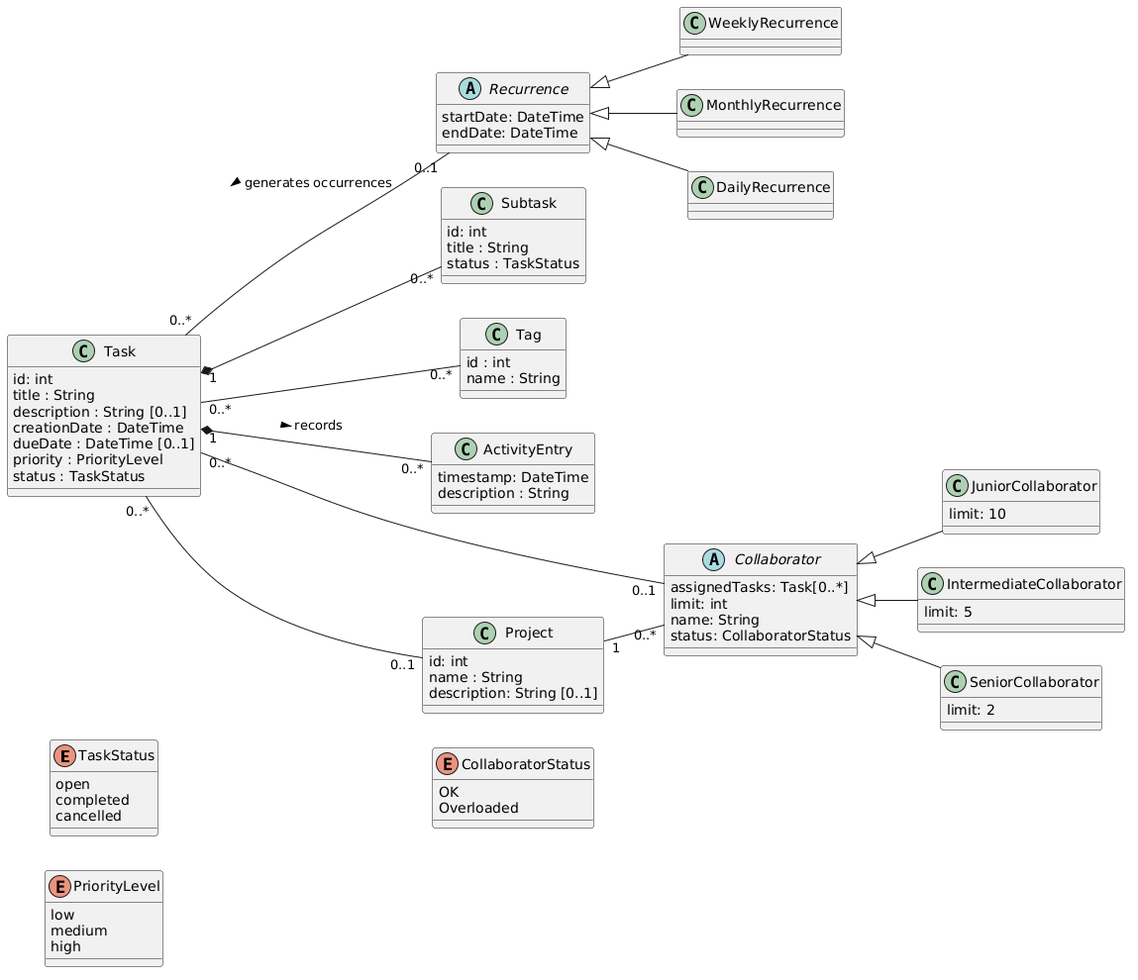
This is Iteration-2/UpdatedDomainModel/UpdatedDomainModel.png from dan-gan/SOEN-342, a PlantUML export, as it was before one commit.
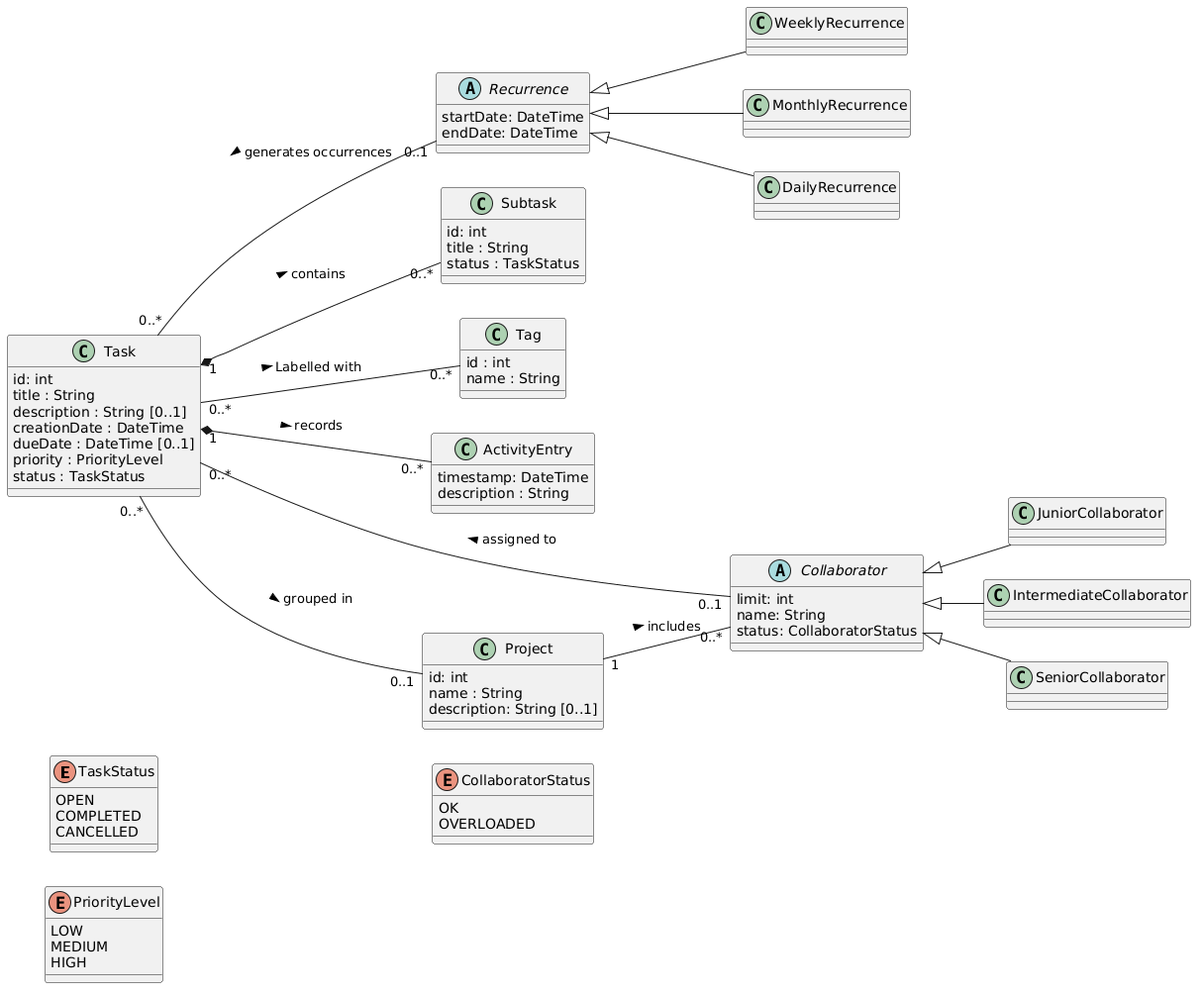
Above is the later version.

Commit message:
Cleanup domain model: add verbs to associations, Collab fix

Change to the diagram source:
```diff
@@ -4,20 +4,20 @@
 
 
 enum TaskStatus {
-  open
-  completed
-  cancelled
+  OPEN
+  COMPLETED
+  CANCELLED
 }
 
 enum PriorityLevel {
-  low
-  medium
-  high
+  LOW
+  MEDIUM
+  HIGH
 }
 
-enum CollaboratorStatus{
+enum CollaboratorStatus {
   OK
-  Overloaded
+  OVERLOADED
 }
 
 
@@ -71,37 +71,33 @@
 }
 
 abstract class Collaborator{
-    assignedTasks: Task[0..*]
     limit: int
     name: String
     status: CollaboratorStatus
 }
 
 class JuniorCollaborator extends Collaborator{
-    limit: 10
 }
 
 class IntermediateCollaborator extends Collaborator{
-    limit: 5
 }
 
 class SeniorCollaborator extends Collaborator{
-    limit: 2
 }
 
 
 
-Task "0..*" -- "0..1" Project
+Task "0..*" -- "0..1" Project : grouped in >
 
-Task "1" *-- "0..*" Subtask
+Task "1" *-- "0..*" Subtask : contains >
 
-Task "0..*" -- "0..*" Tag
+Task "0..*" -- "0..*" Tag : Labelled with >
 
 Task "1" *-- "0..*" ActivityEntry : records >
 
 Task "0..*" -- "0..1" Recurrence : generates occurrences <
 
-Task "0..*" -- "0..1" Collaborator
+Task "0..*" -- "0..1" Collaborator : assigned to <
 
-Project "1" -- "0..*" Collaborator
+Project "1" -- "0..*" Collaborator : includes >
 @enduml
```
